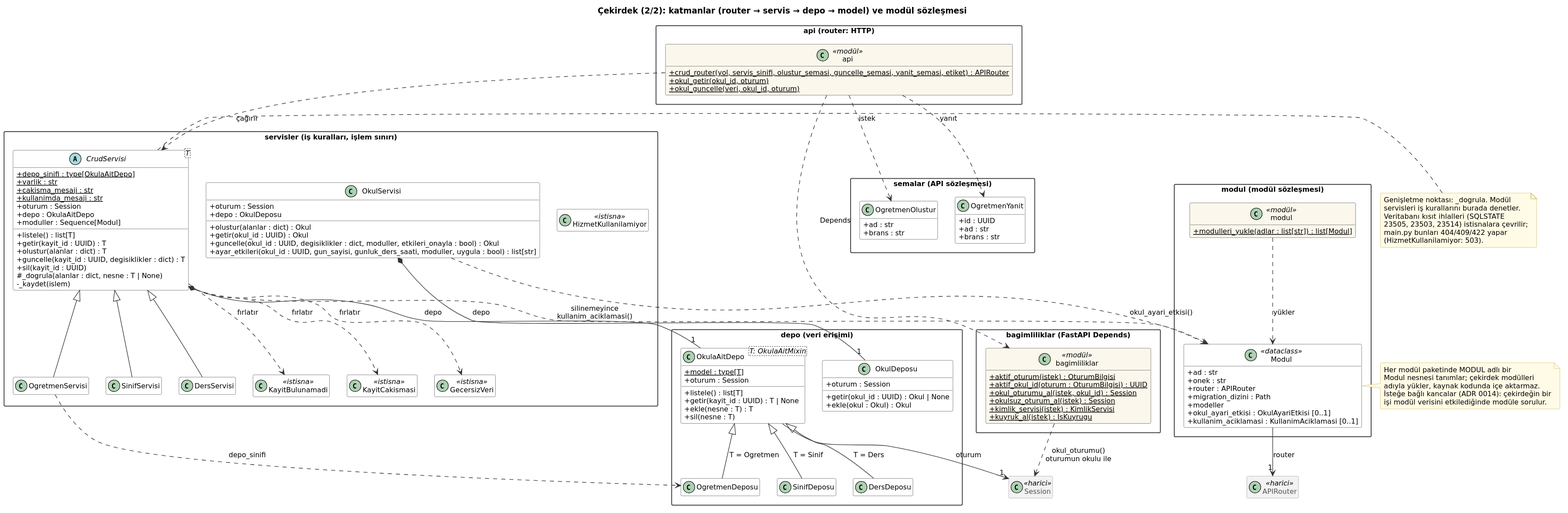
This is docs/diyagramlar/cikti/03-cekirdek-katmanlar.svg from yusuf-aycicek/cizelge, a PlantUML export, as it was before one commit.
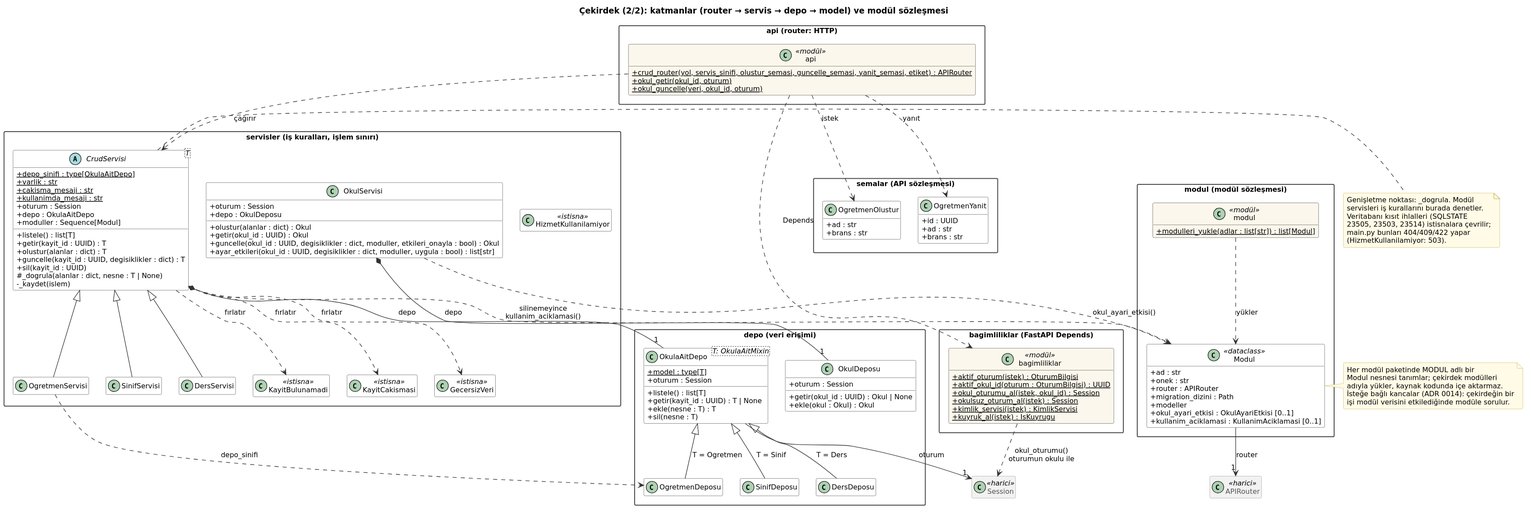
Later version of the same file.

What changed in the source:
```diff
@@ -63,7 +63,7 @@
     +olustur(alanlar : dict) : Okul
     +getir(okul_id : UUID) : Okul
     +guncelle(okul_id : UUID, degisiklikler : dict, moduller, etkileri_onayla : bool) : Okul
-    +ayar_etkileri(okul_id : UUID, gun_sayisi, gunluk_ders_saati, moduller, uygula : bool) : list[str]
+    +ayar_etkileri(okul_id : UUID, degisiklikler : dict, moduller, uygula : bool) : list[str]
   }
   class KayitBulunamadi <<istisna>>
   class KayitCakismasi <<istisna>>
```
